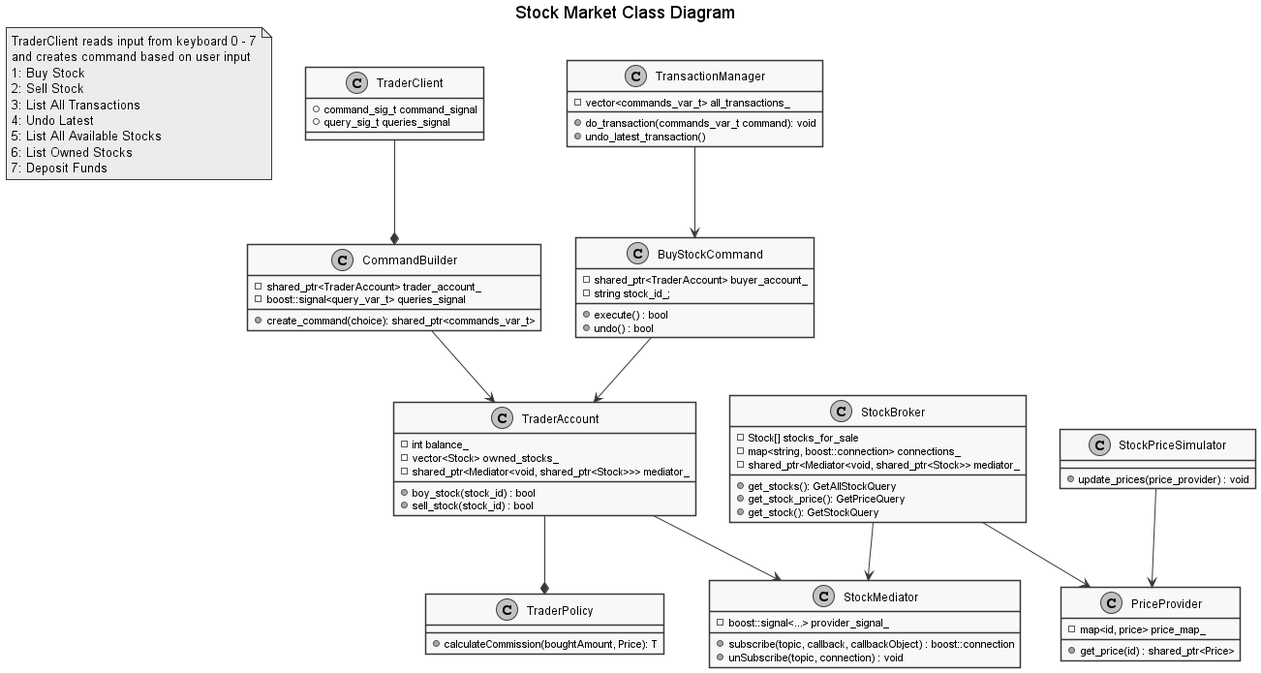
Earlier version of the PlantUML export stock-market/StockMarketClassDiagram.png (MarcusGasberg/apk_stock_market). Source of this version:
```plantuml
@startuml StockMarketClassDiagram
skinparam Monochrome true
skinparam Shadowing false

title Stock Market Class Diagram

note as N2
  TraderClient reads input from keyboard 0 - 7
  and creates command based on user input
  1: Buy Stock
  2: Sell Stock
  3: List All Transactions
  4: Undo Latest
  5: List All Available Stocks
  6: List Owned Stocks
  7: Deposit Funds
end note

class TraderClient {
  + command_sig_t command_signal
  + query_sig_t queries_signal
}

class TransactionManager {
  - vector<commands_var_t> all_transactions_
  + do_transaction(commands_var_t command): void
  + undo_latest_transaction()
}

class PriceProvider {
  - map<id, price> price_map_
  + get_price(id) : shared_ptr<Price>
}

class BuyStockCommand {
  - shared_ptr<TraderAccount> buyer_account_
  - string stock_id_;
  + execute() : bool
  + undo() : bool
}

class StockBroker {
  - Stock[] stocks_for_sale
  - map<string, boost::connection> connections_
  - shared_ptr<Mediator<void, shared_ptr<Stock>> mediator_
  + get_stocks(): GetAllStockQuery
  + get_stock_price(): GetPriceQuery
  + get_stock(): GetStockQuery
}

class StockMediator {
  - boost::signal<...> provider_signal_
  + subscribe(topic, callback, callbackObject) : boost::connection
  + unSubscribe(topic, connection) : void
}

class CommandBuilder {
  - shared_ptr<TraderAccount> trader_account_
  - boost::signal<query_var_t> queries_signal
  + create_command(choice): shared_ptr<commands_var_t>
}

class TraderAccount {
  - int balance_
  - vector<Stock> owned_stocks_
  - shared_ptr<Mediator<void, shared_ptr<Stock>>> mediator_
  + boy_stock(stock_id) : bool
  + sell_stock(stock_id) : bool
}

class TraderPolicy {
  + calculateCommission(boughtAmount, Price): T
}

class StockPriceSimulator {
  + update_prices(price_provider) : void
}

TraderClient --* CommandBuilder
CommandBuilder --> TraderAccount
TraderAccount --> StockMediator
TraderAccount --* TraderPolicy
StockBroker --> StockMediator
BuyStockCommand --> TraderAccount
StockBroker --> PriceProvider
TransactionManager --> BuyStockCommand
StockPriceSimulator --> PriceProvider
@enduml
```
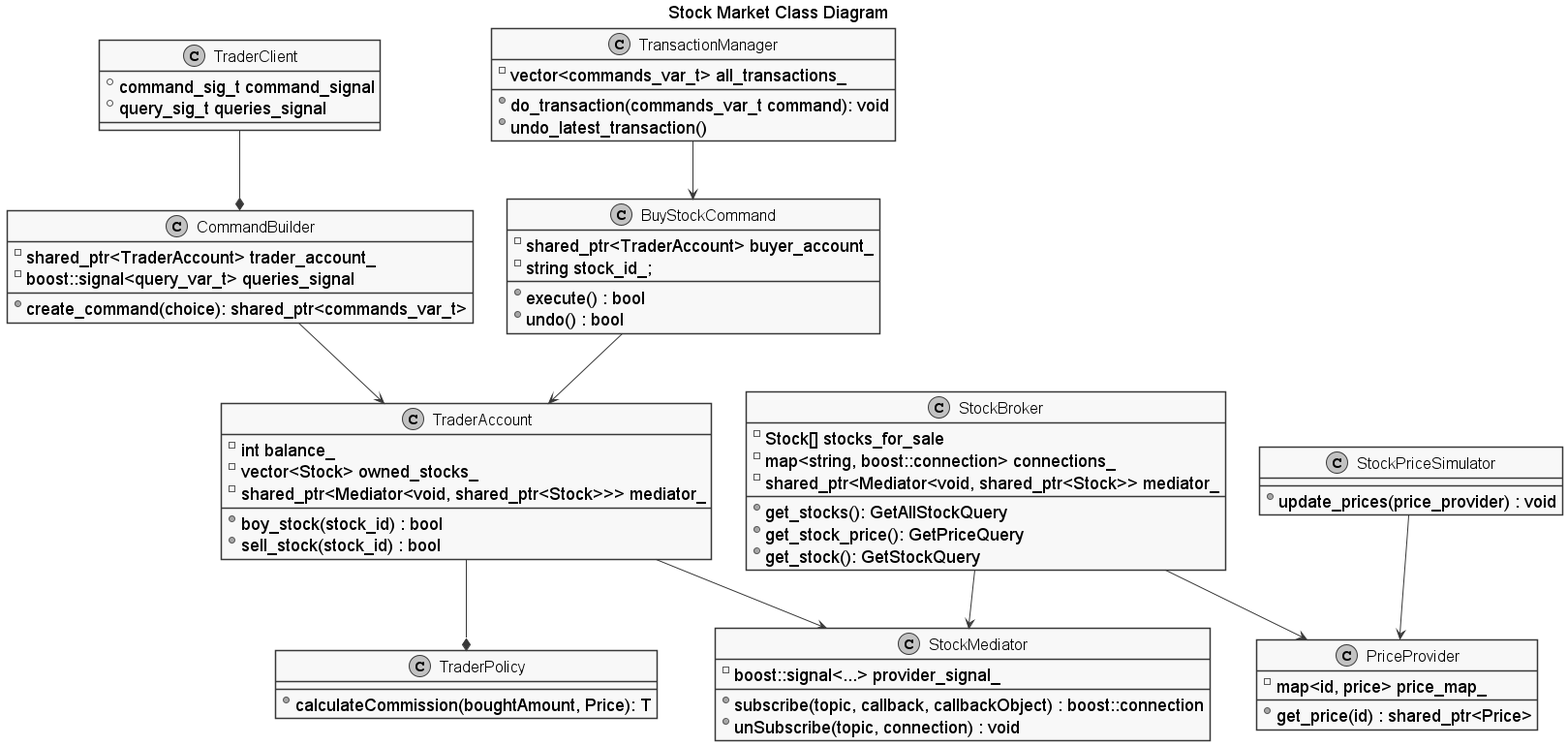
The same file after the commit.

What changed in the source:
```diff
@@ -1,20 +1,11 @@
 @startuml StockMarketClassDiagram
 skinparam Monochrome true
 skinparam Shadowing false
+skinparam ClassFontSize 16
+skinparam ClassAttributeFontSize 18
+skinparam NoteFontSize 18
 
 title Stock Market Class Diagram
-
-note as N2
-  TraderClient reads input from keyboard 0 - 7
-  and creates command based on user input
-  1: Buy Stock
-  2: Sell Stock
-  3: List All Transactions
-  4: Undo Latest
-  5: List All Available Stocks
-  6: List Owned Stocks
-  7: Deposit Funds
-end note
 
 class TraderClient {
   + command_sig_t command_signal
```
